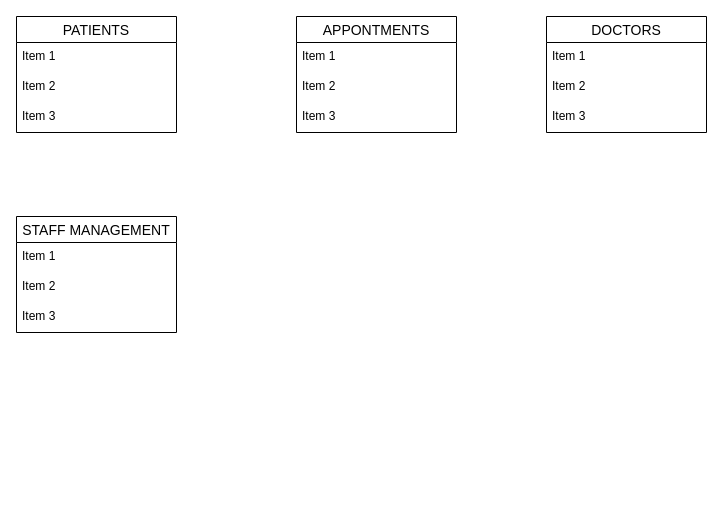
The draw.io diagram page "ER Diagram" (5 of 7) of HMS.drawio in ysebega/ysebega, before the edit. Source tidied: cells renumbered, new cells numbered last; positions are measured from the earlier drawing's top-left corner, leaving out a move shared by most shapes. Both pictures are drawn from the tidied source at 100%, with x=0, y=0 at pixel (16, 16).
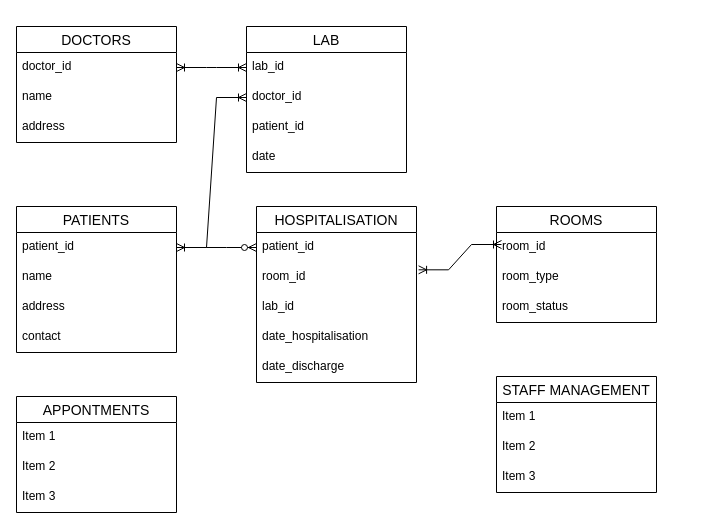
Above is the later version.

Diff of the diagram source:
```diff
@@
     <mxCell id="2" value="PATIENTS" style="swimlane;fontStyle=0;horizontal=1;startSize=26;align=center;fontSize=14;" parent="1" vertex="1">
-      <mxGeometry width="160" height="116" as="geometry" />
+      <mxGeometry y="190" width="160" height="146" as="geometry" />
     </mxCell>
-    <mxCell id="3" value="Item 1" style="text;strokeColor=none;fillColor=none;spacingLeft=4;spacingRight=4;overflow=hidden;points=[[0,0.5],[1,0.5]];portConstraint=eastwest;fontSize=12;" parent="2" vertex="1">
+    <mxCell id="3" value="patient_id" style="text;strokeColor=none;fillColor=none;spacingLeft=4;spacingRight=4;overflow=hidden;points=[[0,0.5],[1,0.5]];portConstraint=eastwest;fontSize=12;" parent="2" vertex="1">
       <mxGeometry y="26" width="160" height="30" as="geometry" />
     </mxCell>
-    <mxCell id="4" value="Item 2" style="text;strokeColor=none;fillColor=none;spacingLeft=4;spacingRight=4;overflow=hidden;fontSize=12;" parent="2" vertex="1">
+    <mxCell id="4" value="name" style="text;strokeColor=none;fillColor=none;spacingLeft=4;spacingRight=4;overflow=hidden;fontSize=12;" parent="2" vertex="1">
       <mxGeometry y="56" width="160" height="30" as="geometry" />
     </mxCell>
-    <mxCell id="5" value="Item 3" style="text;strokeColor=none;fillColor=none;spacingLeft=4;spacingRight=4;overflow=hidden;fontSize=12;" parent="2" vertex="1">
+    <mxCell id="5" value="address" style="text;strokeColor=none;fillColor=none;spacingLeft=4;spacingRight=4;overflow=hidden;fontSize=12;" parent="2" vertex="1">
       <mxGeometry y="86" width="160" height="30" as="geometry" />
     </mxCell>
+    <mxCell id="18" value="contact" style="text;strokeColor=none;fillColor=none;spacingLeft=4;spacingRight=4;overflow=hidden;fontSize=12;" parent="2" vertex="1">
+      <mxGeometry y="116" width="160" height="30" as="geometry" />
+    </mxCell>
     <mxCell id="6" value="DOCTORS" style="swimlane;fontStyle=0;horizontal=1;startSize=26;align=center;fontSize=14;" parent="1" vertex="1">
-      <mxGeometry x="530" width="160" height="116" as="geometry" />
+      <mxGeometry y="10" width="160" height="116" as="geometry" />
     </mxCell>
-    <mxCell id="7" value="Item 1" style="text;strokeColor=none;fillColor=none;spacingLeft=4;spacingRight=4;overflow=hidden;points=[[0,0.5],[1,0.5]];portConstraint=eastwest;fontSize=12;" parent="6" vertex="1">
+    <mxCell id="7" value="doctor_id" style="text;strokeColor=none;fillColor=none;spacingLeft=4;spacingRight=4;overflow=hidden;points=[[0,0.5],[1,0.5]];portConstraint=eastwest;fontSize=12;" parent="6" vertex="1">
       <mxGeometry y="26" width="160" height="30" as="geometry" />
     </mxCell>
-    <mxCell id="8" value="Item 2" style="text;strokeColor=none;fillColor=none;spacingLeft=4;spacingRight=4;overflow=hidden;fontSize=12;" parent="6" vertex="1">
+    <mxCell id="8" value="name" style="text;strokeColor=none;fillColor=none;spacingLeft=4;spacingRight=4;overflow=hidden;fontSize=12;" parent="6" vertex="1">
       <mxGeometry y="56" width="160" height="30" as="geometry" />
     </mxCell>
-    <mxCell id="9" value="Item 3" style="text;strokeColor=none;fillColor=none;spacingLeft=4;spacingRight=4;overflow=hidden;fontSize=12;" parent="6" vertex="1">
+    <mxCell id="9" value="address" style="text;strokeColor=none;fillColor=none;spacingLeft=4;spacingRight=4;overflow=hidden;fontSize=12;" parent="6" vertex="1">
       <mxGeometry y="86" width="160" height="30" as="geometry" />
     </mxCell>
     <mxCell id="10" value="APPONTMENTS" style="swimlane;fontStyle=0;horizontal=1;startSize=26;align=center;fontSize=14;" parent="1" vertex="1">
-      <mxGeometry x="280" width="160" height="116" as="geometry" />
+      <mxGeometry y="380" width="160" height="116" as="geometry" />
     </mxCell>
@@
     <mxCell id="14" value="STAFF MANAGEMENT" style="swimlane;fontStyle=0;horizontal=1;startSize=26;align=center;fontSize=14;" parent="1" vertex="1">
-      <mxGeometry y="200" width="160" height="116" as="geometry" />
+      <mxGeometry x="480" y="360" width="160" height="116" as="geometry" />
     </mxCell>
@@
+    <mxCell id="19" value="HOSPITALISATION" style="swimlane;fontStyle=0;horizontal=1;startSize=26;align=center;fontSize=14;" parent="1" vertex="1">
+      <mxGeometry x="240" y="190" width="160" height="176" as="geometry" />
+    </mxCell>
+    <mxCell id="20" value="patient_id" style="text;strokeColor=none;fillColor=none;spacingLeft=4;spacingRight=4;overflow=hidden;points=[[0,0.5],[1,0.5]];portConstraint=eastwest;fontSize=12;" parent="19" vertex="1">
+      <mxGeometry y="26" width="160" height="30" as="geometry" />
+    </mxCell>
+    <mxCell id="21" value="room_id" style="text;strokeColor=none;fillColor=none;spacingLeft=4;spacingRight=4;overflow=hidden;points=[[0,0.5],[1,0.5]];portConstraint=eastwest;fontSize=12;" parent="19" vertex="1">
+      <mxGeometry y="56" width="160" height="30" as="geometry" />
+    </mxCell>
+    <mxCell id="22" value="lab_id" style="text;strokeColor=none;fillColor=none;spacingLeft=4;spacingRight=4;overflow=hidden;fontSize=12;" parent="19" vertex="1">
+      <mxGeometry y="86" width="160" height="30" as="geometry" />
+    </mxCell>
+    <mxCell id="23" value="date_hospitalisation" style="text;strokeColor=none;fillColor=none;spacingLeft=4;spacingRight=4;overflow=hidden;fontSize=12;" parent="19" vertex="1">
+      <mxGeometry y="116" width="160" height="30" as="geometry" />
+    </mxCell>
+    <mxCell id="24" value="date_discharge" style="text;strokeColor=none;fillColor=none;spacingLeft=4;spacingRight=4;overflow=hidden;fontSize=12;" parent="19" vertex="1">
+      <mxGeometry y="146" width="160" height="30" as="geometry" />
+    </mxCell>
+    <mxCell id="25" value="ROOMS" style="swimlane;fontStyle=0;horizontal=1;startSize=26;align=center;fontSize=14;" parent="1" vertex="1">
+      <mxGeometry x="480" y="190" width="160" height="116" as="geometry" />
+    </mxCell>
+    <mxCell id="26" value="room_id" style="text;strokeColor=none;fillColor=none;spacingLeft=4;spacingRight=4;overflow=hidden;fontSize=12;" parent="25" vertex="1">
+      <mxGeometry y="26" width="160" height="30" as="geometry" />
+    </mxCell>
+    <mxCell id="27" value="room_type" style="text;strokeColor=none;fillColor=none;spacingLeft=4;spacingRight=4;overflow=hidden;fontSize=12;" parent="25" vertex="1">
+      <mxGeometry y="56" width="160" height="30" as="geometry" />
+    </mxCell>
+    <mxCell id="28" value="room_status" style="text;strokeColor=none;fillColor=none;spacingLeft=4;spacingRight=4;overflow=hidden;fontSize=12;" parent="25" vertex="1">
+      <mxGeometry y="86" width="160" height="30" as="geometry" />
+    </mxCell>
+    <mxCell id="29" style="edgeStyle=entityRelationEdgeStyle;fontSize=12;html=1;endArrow=ERzeroToMany;endFill=1;rounded=0;exitX=1;exitY=0.5;exitDx=0;exitDy=0;" parent="1" edge="1" source="3" target="20">
+      <mxGeometry relative="1" as="geometry" />
+    </mxCell>
+    <mxCell id="30" style="edgeStyle=entityRelationEdgeStyle;fontSize=12;html=1;endArrow=ERoneToMany;startArrow=ERoneToMany;rounded=0;exitX=1.013;exitY=0.244;exitDx=0;exitDy=0;exitPerimeter=0;" parent="1" edge="1" source="21">
+      <mxGeometry relative="1" as="geometry">
+        <mxPoint x="485" y="228" as="targetPoint" />
+      </mxGeometry>
+    </mxCell>
+    <mxCell id="31" value="LAB" style="swimlane;fontStyle=0;horizontal=1;startSize=26;align=center;fontSize=14;" parent="1" vertex="1">
+      <mxGeometry x="230" y="10" width="160" height="146" as="geometry" />
+    </mxCell>
+    <mxCell id="32" value="lab_id" style="text;strokeColor=none;fillColor=none;spacingLeft=4;spacingRight=4;overflow=hidden;points=[[0,0.5],[1,0.5]];portConstraint=eastwest;fontSize=12;" parent="31" vertex="1">
+      <mxGeometry y="26" width="160" height="30" as="geometry" />
+    </mxCell>
+    <mxCell id="33" value="doctor_id" style="text;strokeColor=none;fillColor=none;spacingLeft=4;spacingRight=4;overflow=hidden;points=[[0,0.5],[1,0.5]];portConstraint=eastwest;fontSize=12;" parent="31" vertex="1">
+      <mxGeometry y="56" width="160" height="30" as="geometry" />
+    </mxCell>
+    <mxCell id="34" value="patient_id" style="text;strokeColor=none;fillColor=none;spacingLeft=4;spacingRight=4;overflow=hidden;fontSize=12;" parent="31" vertex="1">
+      <mxGeometry y="86" width="160" height="30" as="geometry" />
+    </mxCell>
+    <mxCell id="35" value="date" style="text;strokeColor=none;fillColor=none;spacingLeft=4;spacingRight=4;overflow=hidden;fontSize=12;" parent="31" vertex="1">
+      <mxGeometry y="116" width="160" height="30" as="geometry" />
+    </mxCell>
+    <mxCell id="36" style="edgeStyle=entityRelationEdgeStyle;fontSize=12;html=1;endArrow=ERoneToMany;startArrow=ERoneToMany;rounded=0;entryX=0;entryY=0.5;entryDx=0;entryDy=0;exitX=1;exitY=0.5;exitDx=0;exitDy=0;" parent="1" edge="1" source="7" target="32">
+      <mxGeometry relative="1" as="geometry" />
+    </mxCell>
+    <mxCell id="37" style="edgeStyle=entityRelationEdgeStyle;fontSize=12;html=1;endArrow=ERoneToMany;startArrow=ERoneToMany;rounded=0;exitX=1;exitY=0.5;exitDx=0;exitDy=0;entryX=0;entryY=0.5;entryDx=0;entryDy=0;" parent="1" edge="1" source="3" target="33">
+      <mxGeometry relative="1" as="geometry" />
+    </mxCell>
```
